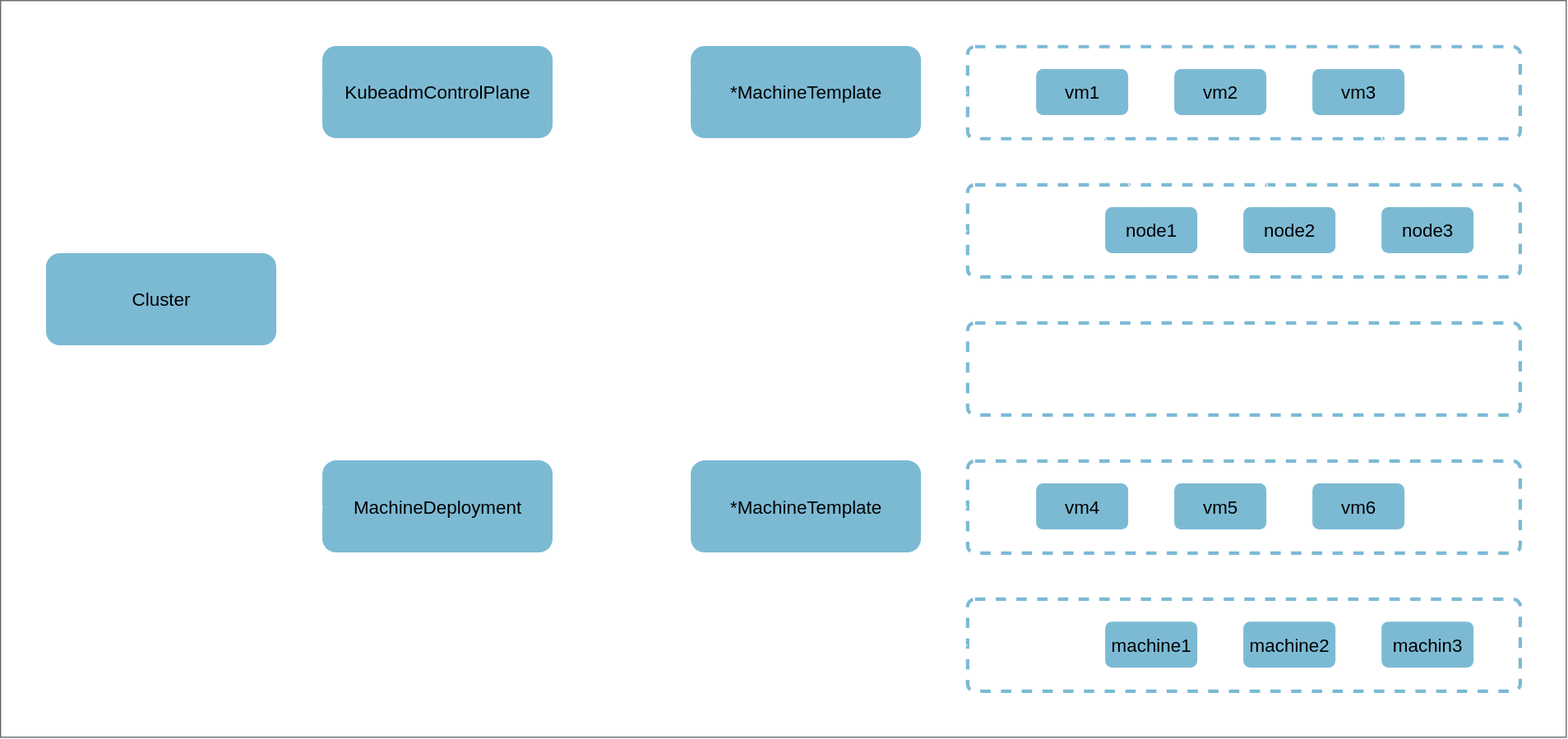
Earlier version of the draw.io export 120_kubernetes/cluster-api/overview4.drawio.svg (nicholasdille/container-slides). Source tidied: cells renumbered, new cells last; positions are measured from the earlier drawing's top-left corner, leaving out a move shared by most shapes. The source it was exported from:
```xml
<mxGraphModel>
  <root>
    <mxCell id="0" />
    <mxCell id="1" parent="0" />
    <mxCell id="2" style="rounded=0;whiteSpace=wrap;html=1;fillColor=none;strokeColor=#666666;" parent="1" vertex="1">
      <mxGeometry width="1360" height="640" as="geometry" />
    </mxCell>
    <mxCell id="3" value="Control Plane" style="rounded=1;whiteSpace=wrap;html=1;roundedPerimeter=1;fillColor=none;strokeColor=#7CBAD4;dashed=1;align=left;strokeWidth=3;fontSize=16;arcSize=8;fontColor=light-dark(#FFFFFF,#FFFFFF);" parent="1" vertex="1">
      <mxGeometry x="840" y="160" width="480" height="80" as="geometry" />
    </mxCell>
    <mxCell id="4" value="node1" style="rounded=1;whiteSpace=wrap;html=1;roundedPerimeter=1;fillColor=#7CBAD4;strokeColor=none;dashed=1;align=center;strokeWidth=3;fontSize=16;" parent="1" vertex="1">
      <mxGeometry x="960" y="180" width="80" height="40" as="geometry" />
    </mxCell>
    <mxCell id="5" value="node2" style="rounded=1;whiteSpace=wrap;html=1;roundedPerimeter=1;fillColor=#7CBAD4;strokeColor=none;dashed=1;align=center;strokeWidth=3;fontSize=16;" parent="1" vertex="1">
      <mxGeometry x="1080" y="180" width="80" height="40" as="geometry" />
    </mxCell>
    <mxCell id="6" value="node3" style="rounded=1;whiteSpace=wrap;html=1;roundedPerimeter=1;fillColor=#7CBAD4;strokeColor=none;dashed=1;align=center;strokeWidth=3;fontSize=16;" parent="1" vertex="1">
      <mxGeometry x="1200" y="180" width="80" height="40" as="geometry" />
    </mxCell>
    <mxCell id="7" value="Worker" style="rounded=1;whiteSpace=wrap;html=1;roundedPerimeter=1;fillColor=none;strokeColor=#7CBAD4;dashed=1;align=left;strokeWidth=3;fontSize=16;arcSize=8;fontColor=light-dark(#FFFFFF,#FFFFFF);" parent="1" vertex="1">
      <mxGeometry x="840" y="280" width="480" height="80" as="geometry" />
    </mxCell>
    <mxCell id="8" style="rounded=1;whiteSpace=wrap;html=1;roundedPerimeter=1;fillColor=none;strokeColor=#7CBAD4;dashed=1;align=left;strokeWidth=3;fontSize=16;arcSize=8;fontColor=light-dark(#FFFFFF,#FFFFFF);" parent="1" vertex="1">
      <mxGeometry x="840" y="40" width="480" height="80" as="geometry" />
    </mxCell>
    <mxCell id="9" style="edgeStyle=none;html=1;strokeColor=light-dark(#FFFFFF,#FFFFFF);" parent="1" edge="1" source="10" target="4">
      <mxGeometry relative="1" as="geometry" />
    </mxCell>
    <mxCell id="10" value="vm1" style="rounded=1;whiteSpace=wrap;html=1;roundedPerimeter=1;fillColor=#7CBAD4;strokeColor=none;dashed=1;align=center;strokeWidth=3;fontSize=16;" parent="1" vertex="1">
      <mxGeometry x="900" y="60" width="80" height="40" as="geometry" />
    </mxCell>
    <mxCell id="11" style="edgeStyle=none;html=1;strokeColor=light-dark(#FFFFFF,#FFFFFF);" parent="1" edge="1" source="12" target="5">
      <mxGeometry relative="1" as="geometry" />
    </mxCell>
    <mxCell id="12" value="vm2" style="rounded=1;whiteSpace=wrap;html=1;roundedPerimeter=1;fillColor=#7CBAD4;strokeColor=none;dashed=1;align=center;strokeWidth=3;fontSize=16;" parent="1" vertex="1">
      <mxGeometry x="1020" y="60" width="80" height="40" as="geometry" />
    </mxCell>
    <mxCell id="13" style="edgeStyle=none;html=1;strokeColor=light-dark(#FFFFFF,#FFFFFF);" parent="1" edge="1" source="14" target="6">
      <mxGeometry relative="1" as="geometry" />
    </mxCell>
    <mxCell id="14" value="vm3" style="rounded=1;whiteSpace=wrap;html=1;roundedPerimeter=1;fillColor=#7CBAD4;strokeColor=none;dashed=1;align=center;strokeWidth=3;fontSize=16;" parent="1" vertex="1">
      <mxGeometry x="1140" y="60" width="80" height="40" as="geometry" />
    </mxCell>
    <mxCell id="15" style="rounded=1;whiteSpace=wrap;html=1;roundedPerimeter=1;fillColor=none;strokeColor=#7CBAD4;dashed=1;align=left;strokeWidth=3;fontSize=16;arcSize=8;fontColor=light-dark(#FFFFFF,#FFFFFF);" parent="1" vertex="1">
      <mxGeometry x="840" y="400" width="480" height="80" as="geometry" />
    </mxCell>
    <mxCell id="16" value="vm4" style="rounded=1;whiteSpace=wrap;html=1;roundedPerimeter=1;fillColor=#7CBAD4;strokeColor=none;dashed=1;align=center;strokeWidth=3;fontSize=16;" parent="1" vertex="1">
      <mxGeometry x="900" y="420" width="80" height="40" as="geometry" />
    </mxCell>
    <mxCell id="17" value="vm5" style="rounded=1;whiteSpace=wrap;html=1;roundedPerimeter=1;fillColor=#7CBAD4;strokeColor=none;dashed=1;align=center;strokeWidth=3;fontSize=16;" parent="1" vertex="1">
      <mxGeometry x="1020" y="420" width="80" height="40" as="geometry" />
    </mxCell>
    <mxCell id="18" value="vm6" style="rounded=1;whiteSpace=wrap;html=1;roundedPerimeter=1;fillColor=#7CBAD4;strokeColor=none;dashed=1;align=center;strokeWidth=3;fontSize=16;" parent="1" vertex="1">
      <mxGeometry x="1140" y="420" width="80" height="40" as="geometry" />
    </mxCell>
    <mxCell id="19" value="MachineSet" style="rounded=1;whiteSpace=wrap;html=1;roundedPerimeter=1;fillColor=none;strokeColor=#7CBAD4;dashed=1;align=left;strokeWidth=3;fontSize=16;arcSize=8;fontColor=light-dark(#FFFFFF,#FFFFFF);" parent="1" vertex="1">
      <mxGeometry x="840" y="520" width="480" height="80" as="geometry" />
    </mxCell>
    <mxCell id="20" value="machine1" style="rounded=1;whiteSpace=wrap;html=1;roundedPerimeter=1;fillColor=#7CBAD4;strokeColor=none;dashed=1;align=center;strokeWidth=3;fontSize=16;" parent="1" vertex="1">
      <mxGeometry x="960" y="540" width="80" height="40" as="geometry" />
    </mxCell>
    <mxCell id="21" value="machine2" style="rounded=1;whiteSpace=wrap;html=1;roundedPerimeter=1;fillColor=#7CBAD4;strokeColor=none;dashed=1;align=center;strokeWidth=3;fontSize=16;" parent="1" vertex="1">
      <mxGeometry x="1080" y="540" width="80" height="40" as="geometry" />
    </mxCell>
    <mxCell id="22" value="machin3" style="rounded=1;whiteSpace=wrap;html=1;roundedPerimeter=1;fillColor=#7CBAD4;strokeColor=none;dashed=1;align=center;strokeWidth=3;fontSize=16;" parent="1" vertex="1">
      <mxGeometry x="1200" y="540" width="80" height="40" as="geometry" />
    </mxCell>
    <mxCell id="23" style="edgeStyle=none;html=1;strokeColor=light-dark(#FFFFFF,#FFFFFF);" parent="1" edge="1" source="24" target="8">
      <mxGeometry relative="1" as="geometry" />
    </mxCell>
    <mxCell id="24" value="*MachineTemplate" style="rounded=1;whiteSpace=wrap;html=1;roundedPerimeter=1;fillColor=#7CBAD4;strokeColor=none;dashed=1;align=center;strokeWidth=3;fontSize=16;" parent="1" vertex="1">
      <mxGeometry x="600" y="40" width="200" height="80" as="geometry" />
    </mxCell>
    <mxCell id="25" style="edgeStyle=none;html=1;strokeColor=light-dark(#FFFFFF,#FFFFFF);" parent="1" edge="1" source="26" target="15">
      <mxGeometry relative="1" as="geometry" />
    </mxCell>
    <mxCell id="26" value="*MachineTemplate" style="rounded=1;whiteSpace=wrap;html=1;roundedPerimeter=1;fillColor=#7CBAD4;strokeColor=none;dashed=1;align=center;strokeWidth=3;fontSize=16;" parent="1" vertex="1">
      <mxGeometry x="600" y="400" width="200" height="80" as="geometry" />
    </mxCell>
    <mxCell id="27" style="edgeStyle=none;html=1;strokeColor=light-dark(#FFFFFF,#FFFFFF);" parent="1" edge="1" source="29" target="24">
      <mxGeometry relative="1" as="geometry" />
    </mxCell>
    <mxCell id="28" style="edgeStyle=orthogonalEdgeStyle;html=1;strokeColor=light-dark(#FFFFFF,#FFFFFF);" parent="1" edge="1" source="29" target="3">
      <mxGeometry x="-0.21" relative="1" as="geometry">
        <Array as="points">
          <mxPoint x="520" y="80" />
          <mxPoint x="520" y="200" />
        </Array>
      </mxGeometry>
    </mxCell>
    <mxCell id="29" value="KubeadmControlPlane" style="rounded=1;whiteSpace=wrap;html=1;roundedPerimeter=1;fillColor=#7CBAD4;strokeColor=none;dashed=1;align=center;strokeWidth=3;fontSize=16;" parent="1" vertex="1">
      <mxGeometry x="280" y="40" width="200" height="80" as="geometry" />
    </mxCell>
    <mxCell id="30" style="edgeStyle=none;html=1;strokeColor=light-dark(#FFFFFF,#FFFFFF);" parent="1" edge="1" source="32" target="26">
      <mxGeometry relative="1" as="geometry" />
    </mxCell>
    <mxCell id="31" style="edgeStyle=orthogonalEdgeStyle;html=1;strokeColor=light-dark(#FFFFFF,#FFFFFF);" parent="1" edge="1" source="32" target="19">
      <mxGeometry x="-0.12" relative="1" as="geometry">
        <Array as="points">
          <mxPoint x="520" y="440" />
          <mxPoint x="520" y="560" />
        </Array>
      </mxGeometry>
    </mxCell>
    <mxCell id="32" value="MachineDeployment" style="rounded=1;whiteSpace=wrap;html=1;roundedPerimeter=1;fillColor=#7CBAD4;strokeColor=none;dashed=1;align=center;strokeWidth=3;fontSize=16;" parent="1" vertex="1">
      <mxGeometry x="280" y="400" width="200" height="80" as="geometry" />
    </mxCell>
    <mxCell id="33" style="edgeStyle=orthogonalEdgeStyle;html=1;strokeColor=light-dark(#FFFFFF,#FFFFFF);" parent="1" edge="1" source="35" target="29">
      <mxGeometry relative="1" as="geometry">
        <Array as="points">
          <mxPoint x="140" y="80" />
        </Array>
      </mxGeometry>
    </mxCell>
    <mxCell id="34" style="edgeStyle=orthogonalEdgeStyle;html=1;strokeColor=light-dark(#FFFFFF,#FFFFFF);" parent="1" edge="1" source="32" target="35">
      <mxGeometry x="0.12" relative="1" as="geometry" />
    </mxCell>
    <mxCell id="35" value="Cluster" style="rounded=1;whiteSpace=wrap;html=1;roundedPerimeter=1;fillColor=#7CBAD4;strokeColor=none;dashed=1;align=center;strokeWidth=3;fontSize=16;" parent="1" vertex="1">
      <mxGeometry x="40" y="220" width="200" height="80" as="geometry" />
    </mxCell>
  </root>
</mxGraphModel>
```
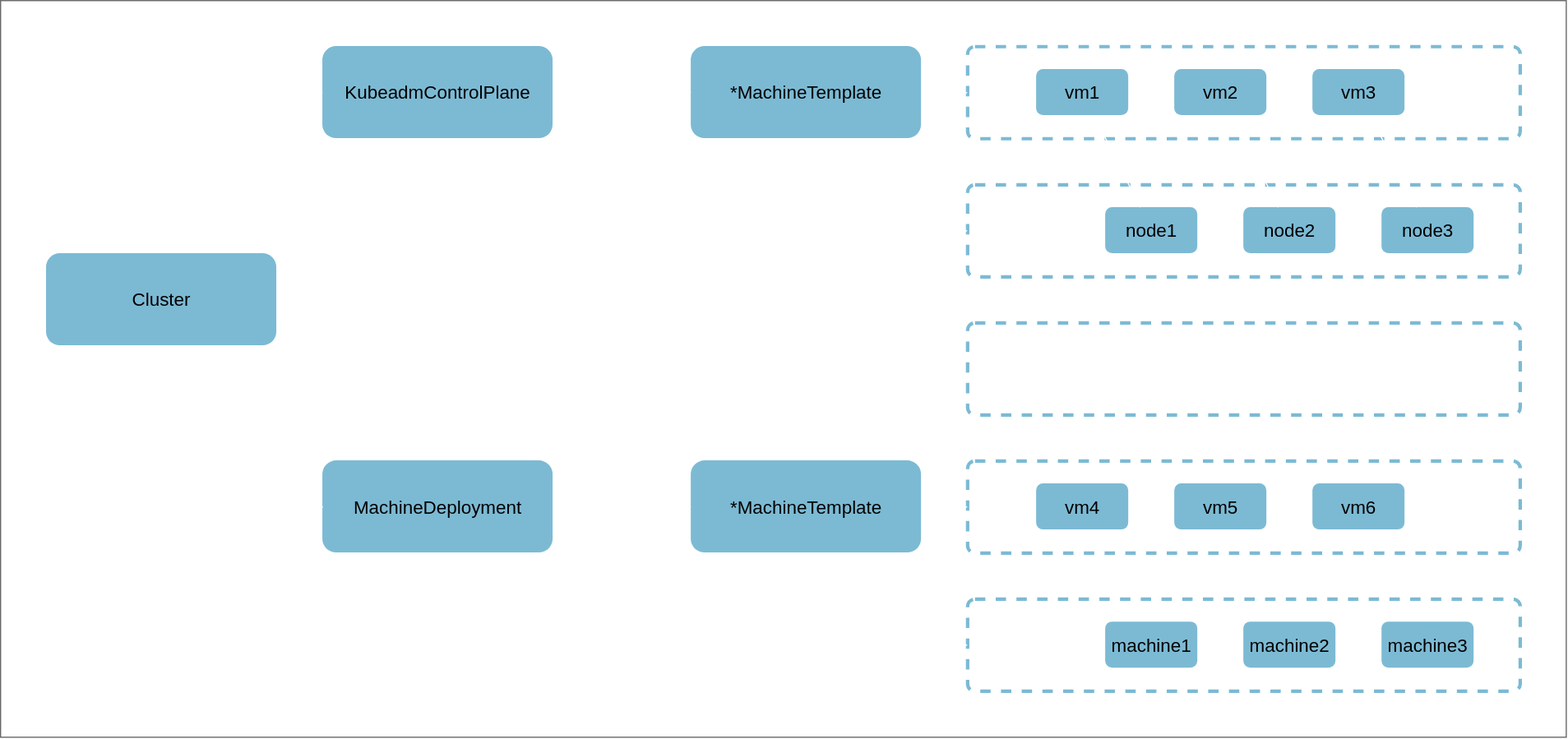
After the commit.

What changed in the source:
```diff
@@ -62,7 +62,7 @@
     <mxCell id="21" value="machine2" style="rounded=1;whiteSpace=wrap;html=1;roundedPerimeter=1;fillColor=#7CBAD4;strokeColor=none;dashed=1;align=center;strokeWidth=3;fontSize=16;" parent="1" vertex="1">
       <mxGeometry x="1080" y="540" width="80" height="40" as="geometry" />
     </mxCell>
-    <mxCell id="22" value="machin3" style="rounded=1;whiteSpace=wrap;html=1;roundedPerimeter=1;fillColor=#7CBAD4;strokeColor=none;dashed=1;align=center;strokeWidth=3;fontSize=16;" parent="1" vertex="1">
+    <mxCell id="22" value="machine3" style="rounded=1;whiteSpace=wrap;html=1;roundedPerimeter=1;fillColor=#7CBAD4;strokeColor=none;dashed=1;align=center;strokeWidth=3;fontSize=16;" parent="1" vertex="1">
       <mxGeometry x="1200" y="540" width="80" height="40" as="geometry" />
     </mxCell>
     <mxCell id="23" style="edgeStyle=none;html=1;strokeColor=light-dark(#FFFFFF,#FFFFFF);" parent="1" edge="1" source="24" target="8">
```
